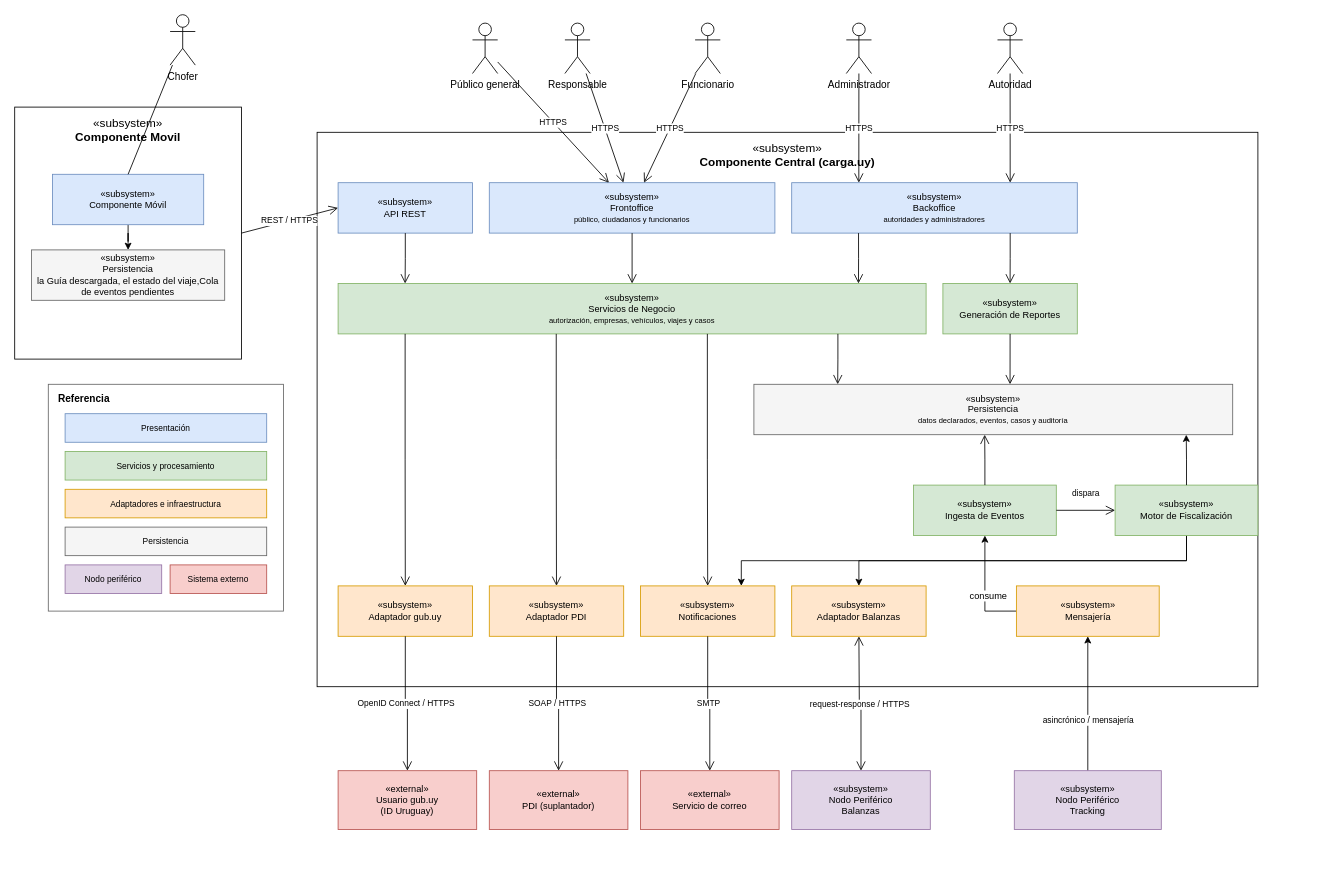
LucasLazogue/TSE-carga-uy keeps this draw.io diagram as docs/informe/fuentes-drawio/carga-uy-vista-logica-v3.drawio. Above is the earlier version. Source tidied: cells renumbered, new cells numbered last; positions are measured from the earlier drawing's top-left corner, leaving out a move shared by most shapes. Both pictures are drawn from the tidied source at 84%, with x=0, y=0 at pixel (14, 14).
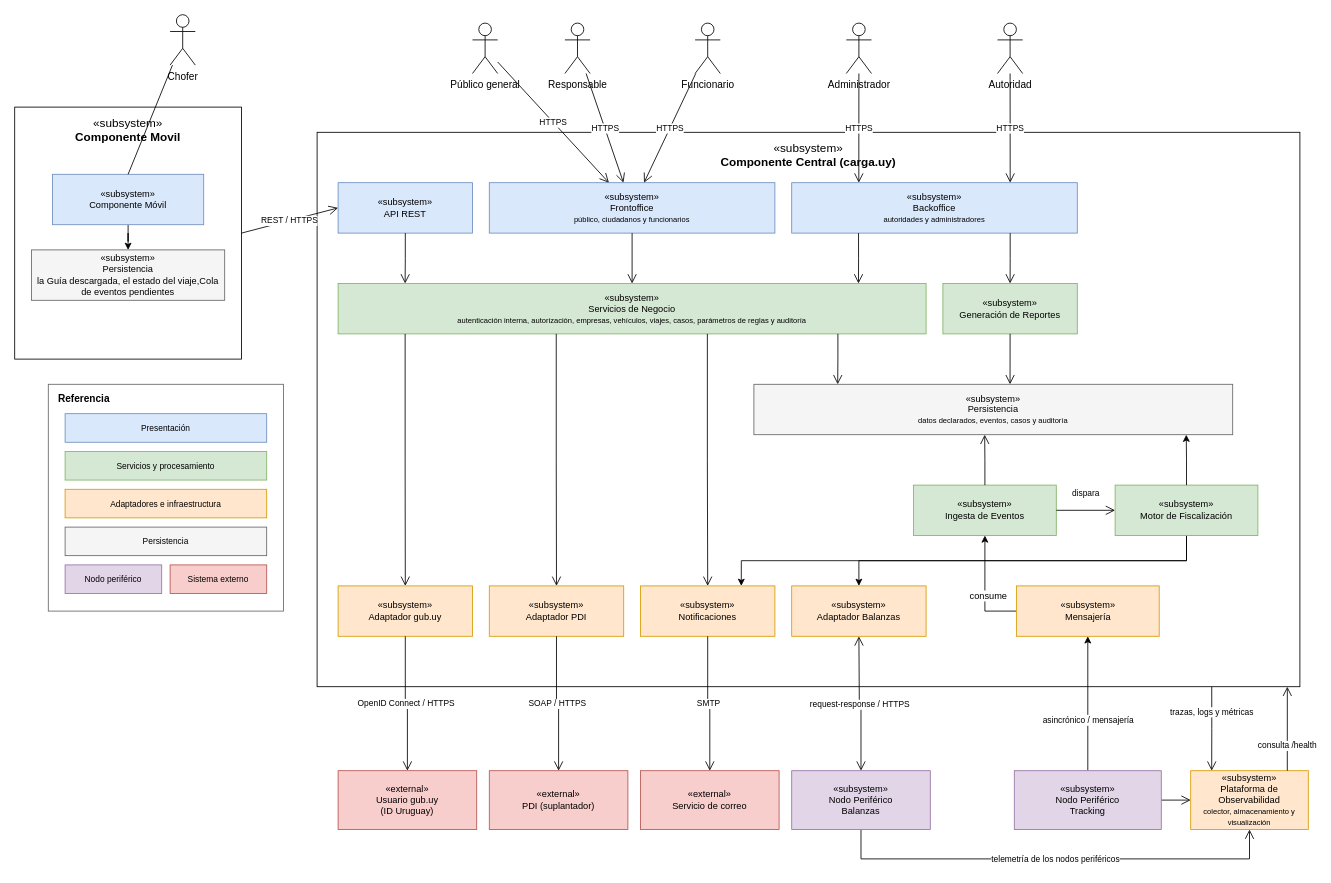
Above is the later version.

Commit message (it also covers changes not shown here):
docs: observabilidad, auditoria, autenticacion interna y parametros en la arquitectura general (obs 15)

The change refers to these unchanged cells:
```xml
<mxCell id="33" value="&amp;laquo;subsystem&amp;raquo;&lt;br&gt;Nodo Periférico&lt;br&gt;Balanzas" style="rounded=0;whiteSpace=wrap;html=1;fillColor=#e1d5e7;strokeColor=#9673a6;fontSize=11;" parent="1" vertex="1">
  <mxGeometry x="925" y="900" width="165" height="70" as="geometry" />
</mxCell>
<mxCell id="36" value="&amp;laquo;subsystem&amp;raquo;&lt;br&gt;Nodo Periférico&lt;br&gt;Tracking" style="rounded=0;whiteSpace=wrap;html=1;fillColor=#e1d5e7;strokeColor=#9673a6;fontSize=11;" parent="1" vertex="1">
  <mxGeometry x="1190" y="900" width="175" height="70" as="geometry" />
</mxCell>
```

What changed in the source:
```diff
@@
     <mxCell id="4" value="«subsystem»&lt;div&gt;&lt;b&gt;Componente Central (carga.uy)&lt;/b&gt;&lt;/div&gt;" style="rounded=0;whiteSpace=wrap;html=1;verticalAlign=top;fontSize=14;fillColor=none;strokeColor=#000000;spacingTop=4;" parent="1" vertex="1">
-      <mxGeometry x="360" y="140" width="1120" height="660" as="geometry" />
+      <mxGeometry x="360" y="140" width="1170" height="660" as="geometry" />
     </mxCell>
@@
-    <mxCell id="8" value="&amp;laquo;subsystem&amp;raquo;&lt;br&gt;Servicios de Negocio&lt;br&gt;&lt;font style=&quot;font-size:9px&quot;&gt;autorización, empresas, vehículos, viajes y casos&lt;/font&gt;" style="rounded=0;whiteSpace=wrap;html=1;fillColor=#d5e8d4;strokeColor=#82b366;fontSize=11;" parent="1" vertex="1">
+    <mxCell id="8" value="&amp;laquo;subsystem&amp;raquo;&lt;br&gt;Servicios de Negocio&lt;br&gt;&lt;font style=&quot;font-size:9px&quot;&gt;autenticación interna, autorización, empresas, vehículos, viajes, casos, parámetros de reglas y auditoría&lt;/font&gt;" style="rounded=0;whiteSpace=wrap;html=1;fillColor=#d5e8d4;strokeColor=#82b366;fontSize=11;" parent="1" vertex="1">
       <mxGeometry x="385" y="320" width="700" height="60" as="geometry" />
     </mxCell>
@@
+    <mxCell id="67" value="&amp;laquo;subsystem&amp;raquo;&lt;br&gt;Plataforma de Observabilidad&lt;br&gt;&lt;font style=&quot;font-size:9px&quot;&gt;colector, almacenamiento y visualización&lt;/font&gt;" style="rounded=0;whiteSpace=wrap;html=1;fillColor=#ffe6cc;strokeColor=#d79b00;fontSize=11;" parent="1" vertex="1">
+      <mxGeometry x="1400" y="900" width="140" height="70" as="geometry" />
+    </mxCell>
+    <mxCell id="68" value="trazas, logs y métricas" style="endArrow=open;endSize=9;html=1;rounded=0;fontSize=10;labelBackgroundColor=#FFFFFF;edgeStyle=orthogonalEdgeStyle;exitX=0.9103;exitY=1;exitDx=0;exitDy=0;entryX=0.1786;entryY=0;entryDx=0;entryDy=0;" parent="1" edge="1" source="4" target="67">
+      <mxGeometry x="-0.4" relative="1" as="geometry" />
+    </mxCell>
+    <mxCell id="69" value="consulta /health" style="endArrow=open;endSize=9;html=1;rounded=0;fontSize=10;labelBackgroundColor=#FFFFFF;edgeStyle=orthogonalEdgeStyle;exitX=0.8214;exitY=0;exitDx=0;exitDy=0;entryX=0.9872;entryY=1;entryDx=0;entryDy=0;" parent="1" edge="1" source="67" target="4">
+      <mxGeometry x="-0.4" relative="1" as="geometry" />
+    </mxCell>
+    <mxCell id="70" style="endArrow=open;endSize=9;html=1;rounded=0;fontSize=10;labelBackgroundColor=#FFFFFF;edgeStyle=orthogonalEdgeStyle;exitX=1;exitY=0.5;exitDx=0;exitDy=0;entryX=0;entryY=0.5;entryDx=0;entryDy=0;" parent="1" edge="1" source="36" target="67">
+      <mxGeometry relative="1" as="geometry" />
+    </mxCell>
+    <mxCell id="71" value="telemetría de los nodos periféricos" style="endArrow=open;endSize=9;html=1;rounded=0;fontSize=10;labelBackgroundColor=#FFFFFF;edgeStyle=orthogonalEdgeStyle;exitX=0.5;exitY=1;exitDx=0;exitDy=0;entryX=0.5;entryY=1;entryDx=0;entryDy=0;" parent="1" edge="1" source="33" target="67">
+      <mxGeometry relative="1" as="geometry">
+        <Array as="points">
+          <mxPoint x="1007.5" y="1005" />
+          <mxPoint x="1470" y="1005" />
+        </Array>
+      </mxGeometry>
+    </mxCell>
```
